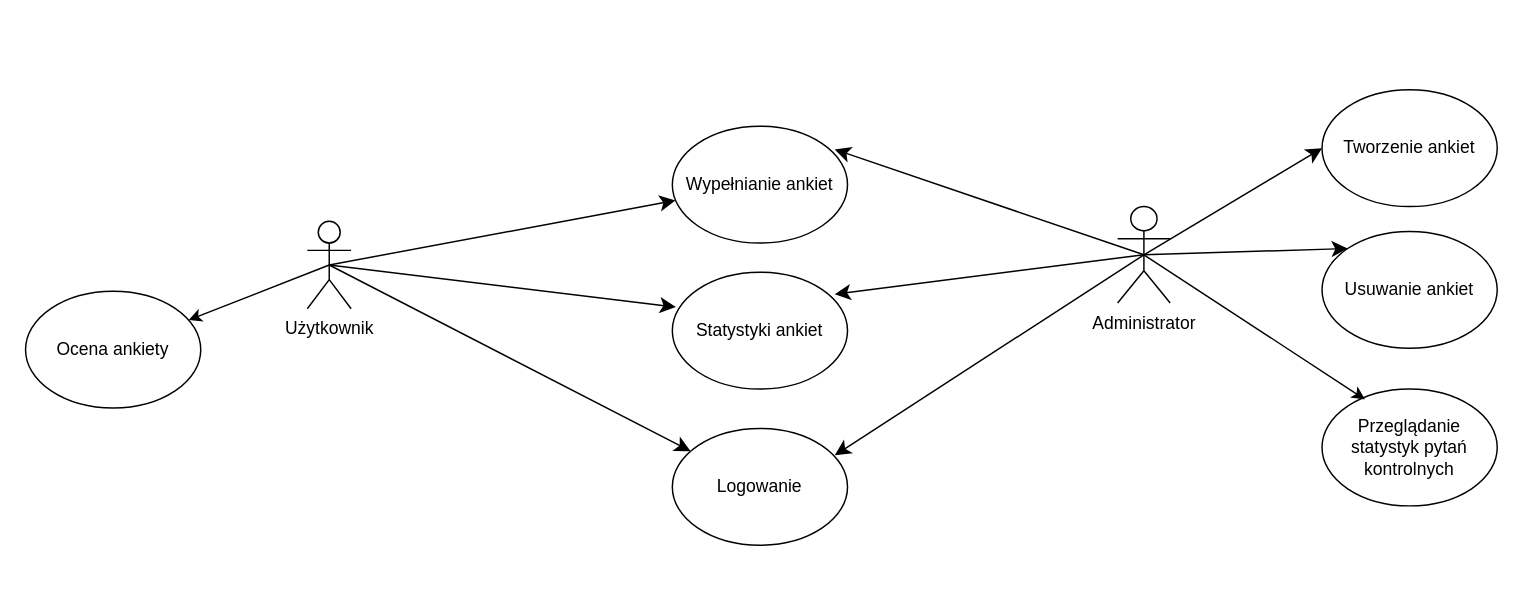
MartynaSzymanskaGitHub/projekt_ankiety keeps this draw.io diagram as sekwencji.drawio. Above is the earlier version. Source tidied: cells renumbered, new cells numbered last; positions are measured from the earlier drawing's top-left corner, leaving out a move shared by most shapes. Both pictures are drawn from the tidied source at 146%, with x=0, y=0 at pixel (25, 89).
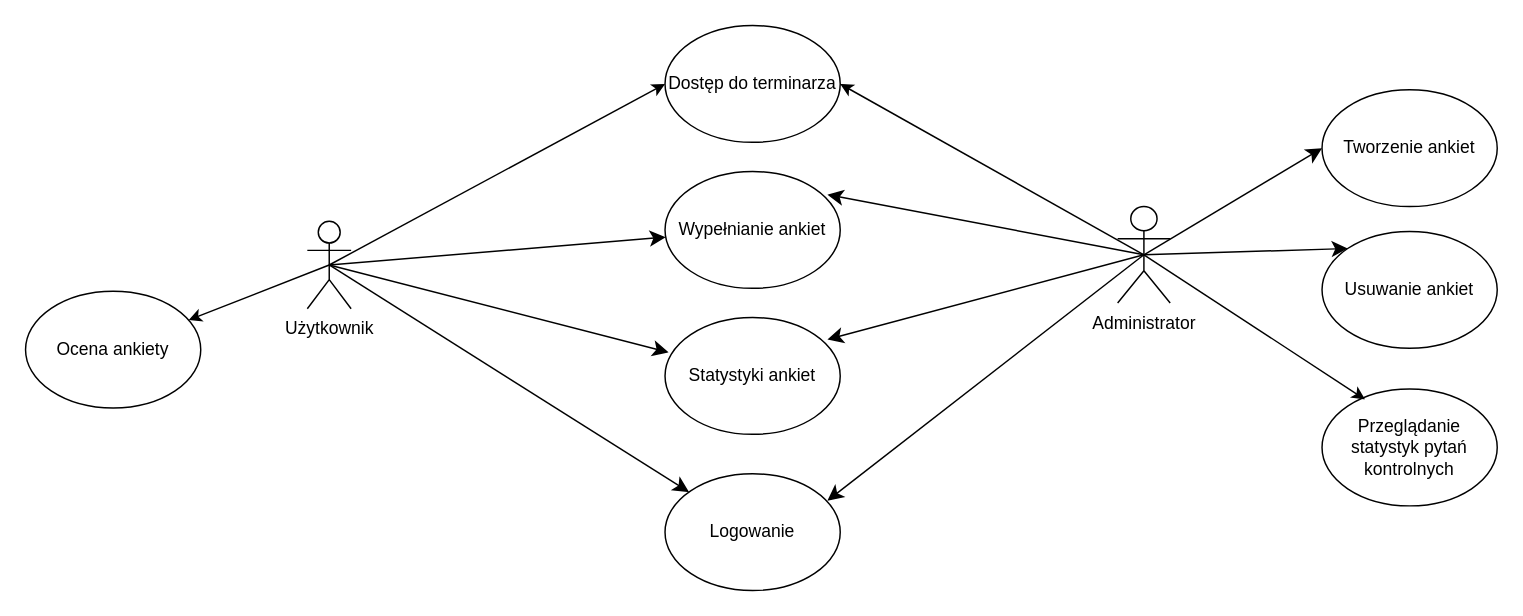
The same diagram, later.

Unchanged cells that the change refers to:
```xml
<mxCell id="3" value="Użytkownik" style="shape=umlActor;verticalLabelPosition=bottom;verticalAlign=top;html=1;outlineConnect=0;" parent="1" vertex="1">
  <mxGeometry x="193" y="90" width="30" height="60" as="geometry" />
</mxCell>
```

The edit, as a diff of the source:
```diff
@@
     <mxCell id="10" value="Wypełnianie ankiet" style="ellipse;whiteSpace=wrap;html=1;" parent="1" vertex="1">
-      <mxGeometry x="443" y="25" width="120" height="80" as="geometry" />
+      <mxGeometry x="438" y="56" width="120" height="80" as="geometry" />
     </mxCell>
     <mxCell id="11" value="Statystyki ankiet" style="ellipse;whiteSpace=wrap;html=1;" parent="1" vertex="1">
-      <mxGeometry x="443" y="125" width="120" height="80" as="geometry" />
+      <mxGeometry x="438" y="156" width="120" height="80" as="geometry" />
     </mxCell>
     <mxCell id="12" value="Logowanie" style="ellipse;whiteSpace=wrap;html=1;" parent="1" vertex="1">
-      <mxGeometry x="443" y="232" width="120" height="80" as="geometry" />
+      <mxGeometry x="438" y="263" width="120" height="80" as="geometry" />
     </mxCell>
@@
+    <mxCell id="21" value="Dostęp do terminarza" style="ellipse;whiteSpace=wrap;html=1;" parent="1" vertex="1">
+      <mxGeometry x="438" y="-44" width="120" height="80" as="geometry" />
+    </mxCell>
+    <mxCell id="22" style="endArrow=classic;html=1;rounded=0;entryX=0;entryY=0.5;entryDx=0;entryDy=0;exitX=0.5;exitY=0.5;exitDx=0;exitDy=0;exitPerimeter=0;" parent="1" edge="1" source="3" target="21">
+      <mxGeometry relative="1" as="geometry" />
+    </mxCell>
+    <mxCell id="23" style="endArrow=classic;html=1;rounded=0;entryX=1;entryY=0.5;entryDx=0;entryDy=0;" parent="1" edge="1" target="21">
+      <mxGeometry relative="1" as="geometry">
+        <mxPoint x="766" y="113" as="sourcePoint" />
+      </mxGeometry>
+    </mxCell>
```
